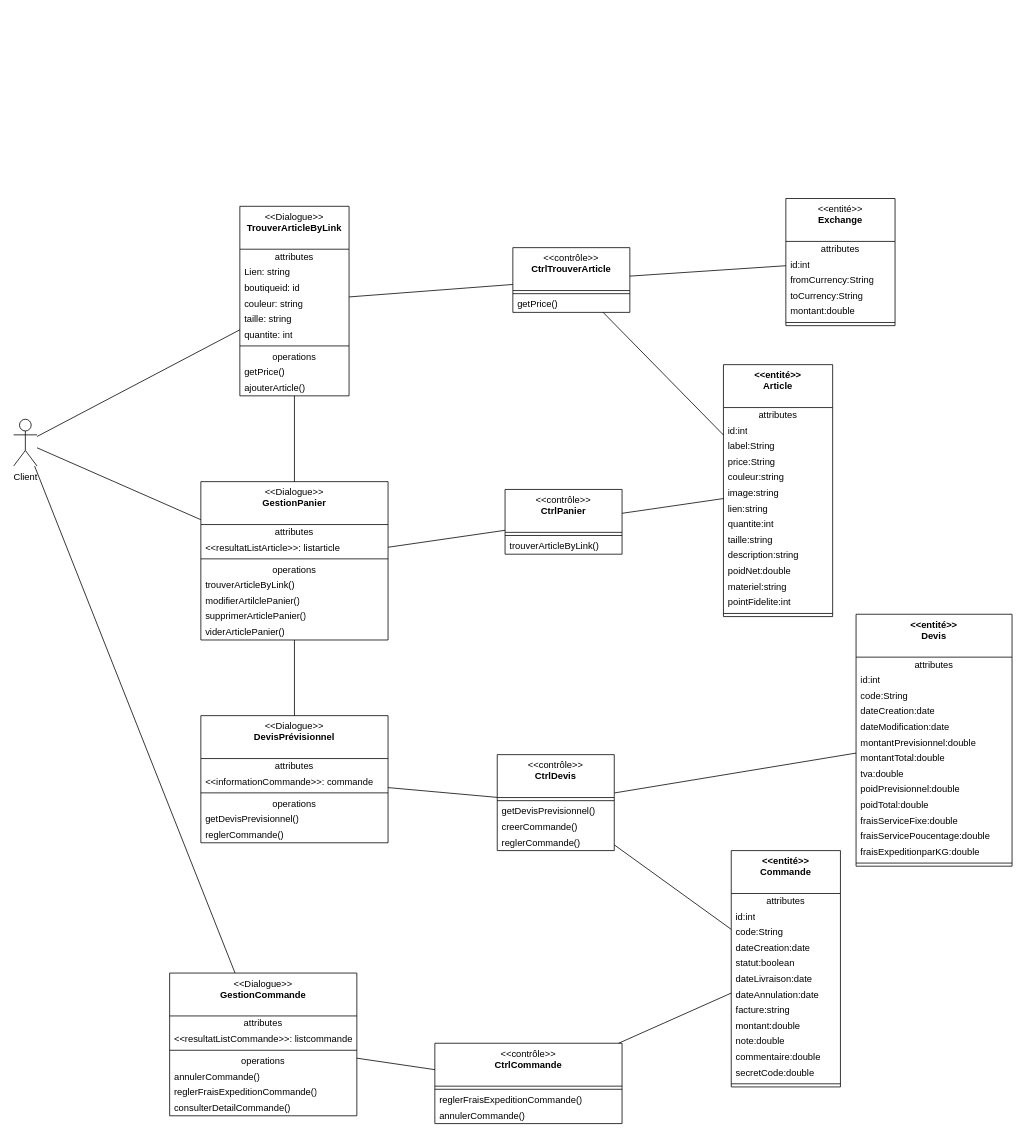
This is page "DCP-MFS1" (3 of 4) of Diagramme_MyFrench_Shop.drawio from kbvac/Diagramme-UML, a draw.io file, before an edit. Source tidied: cells renumbered, new cells numbered last; positions are measured from the earlier drawing's top-left corner, leaving out a move shared by most shapes. Both pictures are drawn from the tidied source at 78%, with x=0, y=0 at pixel (13, 198).
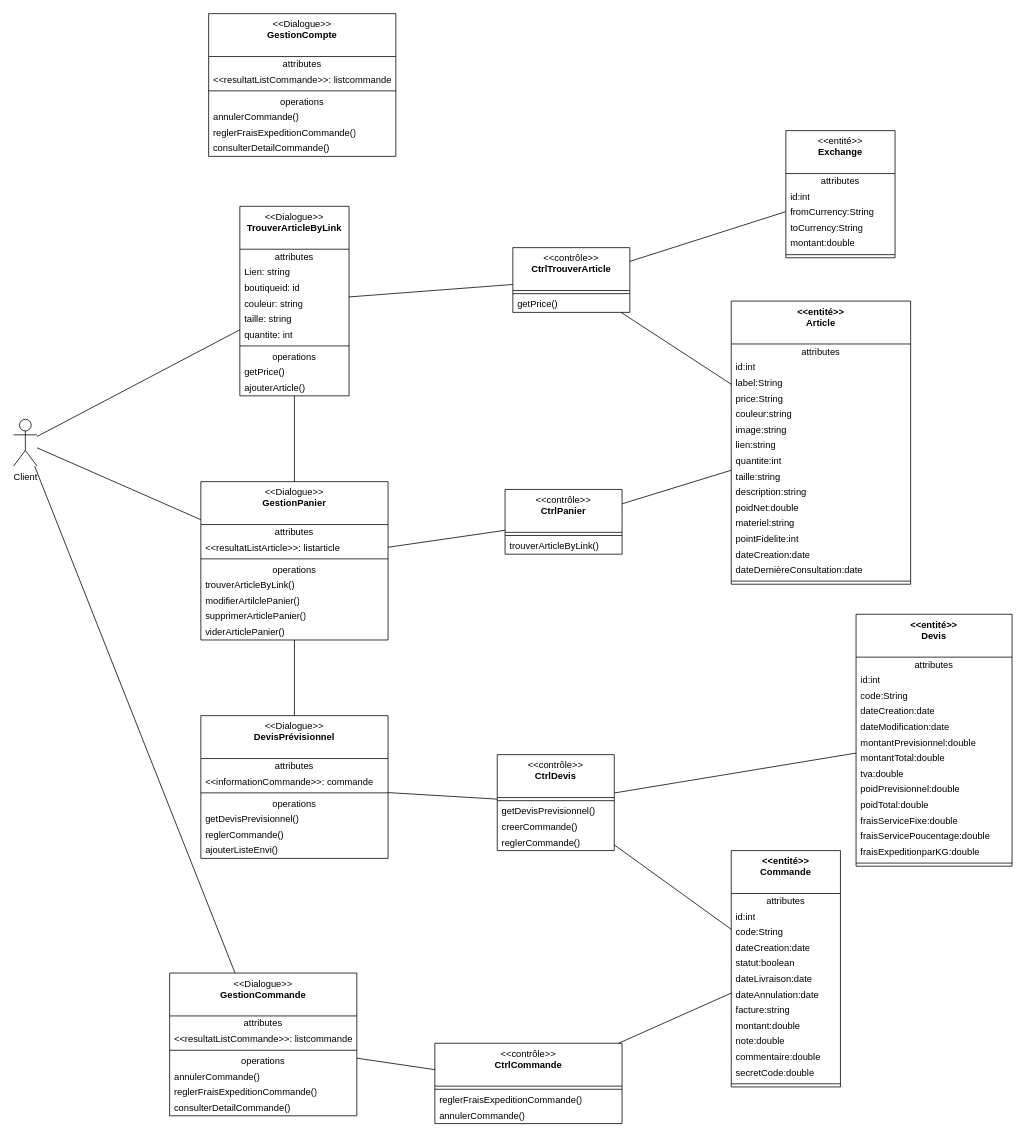
The same diagram, later.

Diff of the diagram source:
```diff
@@
     <mxCell id="34" value="&amp;lt;&amp;lt;entité&amp;gt;&amp;gt;&lt;br&gt;&lt;b&gt;Exchange&lt;/b&gt;" style="swimlane;fontStyle=0;align=center;verticalAlign=top;horizontal=1;startSize=55;html=1;whiteSpace=wrap;" parent="1" vertex="1">
-      <mxGeometry x="990" width="140" height="163" as="geometry" />
+      <mxGeometry x="990" y="-87" width="140" height="163" as="geometry" />
     </mxCell>
@@
     <mxCell id="42" value="&amp;lt;&amp;lt;entité&amp;gt;&amp;gt;&lt;br&gt;&lt;span&gt;Article&lt;/span&gt;" style="swimlane;fontStyle=1;align=center;verticalAlign=top;horizontal=1;startSize=55;html=1;whiteSpace=wrap;" parent="1" vertex="1">
-      <mxGeometry x="910" y="213" width="140" height="323" as="geometry" />
+      <mxGeometry x="920" y="131.5" width="230" height="363" as="geometry" />
     </mxCell>
     <mxCell id="43" value="attributes" style="text;html=1;strokeColor=none;fillColor=none;align=center;verticalAlign=middle;spacingLeft=4;spacingRight=4;overflow=hidden;whiteSpace=wrap;" parent="42" vertex="1">
-      <mxGeometry y="55" width="140" height="20" as="geometry" />
+      <mxGeometry y="55" width="230" height="20" as="geometry" />
     </mxCell>
     <mxCell id="44" value="id:int" style="text;html=1;strokeColor=none;fillColor=none;align=left;verticalAlign=middle;spacingLeft=4;spacingRight=4;overflow=hidden;whiteSpace=wrap;" parent="42" vertex="1">
-      <mxGeometry y="75" width="140" height="20" as="geometry" />
+      <mxGeometry y="75" width="230" height="20" as="geometry" />
     </mxCell>
     <mxCell id="45" value="label:String" style="text;html=1;strokeColor=none;fillColor=none;align=left;verticalAlign=middle;spacingLeft=4;spacingRight=4;overflow=hidden;whiteSpace=wrap;" parent="42" vertex="1">
-      <mxGeometry y="95" width="140" height="20" as="geometry" />
+      <mxGeometry y="95" width="230" height="20" as="geometry" />
     </mxCell>
     <mxCell id="46" value="price:String" style="text;html=1;strokeColor=none;fillColor=none;align=left;verticalAlign=middle;spacingLeft=4;spacingRight=4;overflow=hidden;whiteSpace=wrap;" parent="42" vertex="1">
-      <mxGeometry y="115" width="140" height="20" as="geometry" />
+      <mxGeometry y="115" width="230" height="20" as="geometry" />
     </mxCell>
     <mxCell id="47" value="couleur:string" style="text;html=1;strokeColor=none;fillColor=none;align=left;verticalAlign=middle;spacingLeft=4;spacingRight=4;overflow=hidden;whiteSpace=wrap;" parent="42" vertex="1">
-      <mxGeometry y="135" width="140" height="20" as="geometry" />
+      <mxGeometry y="135" width="230" height="20" as="geometry" />
     </mxCell>
     <mxCell id="48" value="image:string" style="text;html=1;strokeColor=none;fillColor=none;align=left;verticalAlign=middle;spacingLeft=4;spacingRight=4;overflow=hidden;whiteSpace=wrap;" parent="42" vertex="1">
-      <mxGeometry y="155" width="140" height="20" as="geometry" />
+      <mxGeometry y="155" width="230" height="20" as="geometry" />
     </mxCell>
     <mxCell id="49" value="lien:string" style="text;html=1;strokeColor=none;fillColor=none;align=left;verticalAlign=middle;spacingLeft=4;spacingRight=4;overflow=hidden;whiteSpace=wrap;" parent="42" vertex="1">
-      <mxGeometry y="175" width="140" height="20" as="geometry" />
+      <mxGeometry y="175" width="230" height="20" as="geometry" />
     </mxCell>
     <mxCell id="50" value="quantite:int" style="text;html=1;strokeColor=none;fillColor=none;align=left;verticalAlign=middle;spacingLeft=4;spacingRight=4;overflow=hidden;whiteSpace=wrap;" parent="42" vertex="1">
-      <mxGeometry y="195" width="140" height="20" as="geometry" />
+      <mxGeometry y="195" width="230" height="20" as="geometry" />
     </mxCell>
     <mxCell id="51" value="taille:string" style="text;html=1;strokeColor=none;fillColor=none;align=left;verticalAlign=middle;spacingLeft=4;spacingRight=4;overflow=hidden;whiteSpace=wrap;" parent="42" vertex="1">
-      <mxGeometry y="215" width="140" height="20" as="geometry" />
+      <mxGeometry y="215" width="230" height="20" as="geometry" />
     </mxCell>
     <mxCell id="52" value="description:string" style="text;html=1;strokeColor=none;fillColor=none;align=left;verticalAlign=middle;spacingLeft=4;spacingRight=4;overflow=hidden;whiteSpace=wrap;" parent="42" vertex="1">
-      <mxGeometry y="235" width="140" height="20" as="geometry" />
+      <mxGeometry y="235" width="230" height="20" as="geometry" />
     </mxCell>
     <mxCell id="53" value="poidNet:double" style="text;html=1;strokeColor=none;fillColor=none;align=left;verticalAlign=middle;spacingLeft=4;spacingRight=4;overflow=hidden;whiteSpace=wrap;" parent="42" vertex="1">
-      <mxGeometry y="255" width="140" height="20" as="geometry" />
+      <mxGeometry y="255" width="230" height="20" as="geometry" />
     </mxCell>
     <mxCell id="54" value="materiel:string" style="text;html=1;strokeColor=none;fillColor=none;align=left;verticalAlign=middle;spacingLeft=4;spacingRight=4;overflow=hidden;whiteSpace=wrap;" parent="42" vertex="1">
-      <mxGeometry y="275" width="140" height="20" as="geometry" />
+      <mxGeometry y="275" width="230" height="20" as="geometry" />
     </mxCell>
     <mxCell id="55" value="pointFidelite:int" style="text;html=1;strokeColor=none;fillColor=none;align=left;verticalAlign=middle;spacingLeft=4;spacingRight=4;overflow=hidden;whiteSpace=wrap;" parent="42" vertex="1">
-      <mxGeometry y="295" width="140" height="20" as="geometry" />
+      <mxGeometry y="295" width="230" height="20" as="geometry" />
     </mxCell>
+    <mxCell id="119" value="dateCreation:date" style="text;html=1;strokeColor=none;fillColor=none;align=left;verticalAlign=middle;spacingLeft=4;spacingRight=4;overflow=hidden;whiteSpace=wrap;" parent="42" vertex="1">
+      <mxGeometry y="315" width="230" height="20" as="geometry" />
+    </mxCell>
+    <mxCell id="120" value="dateDernièreConsultation:date" style="text;html=1;strokeColor=none;fillColor=none;align=left;verticalAlign=middle;spacingLeft=4;spacingRight=4;overflow=hidden;whiteSpace=wrap;" parent="42" vertex="1">
+      <mxGeometry y="335" width="230" height="20" as="geometry" />
+    </mxCell>
     <mxCell id="56" style="line;strokeWidth=1;fillColor=none;align=left;verticalAlign=middle;spacingTop=-1;spacingLeft=3;spacingRight=3;labelPosition=right;" parent="42" vertex="1">
-      <mxGeometry y="315" width="140" height="8" as="geometry" />
+      <mxGeometry y="355" width="230" height="8" as="geometry" />
     </mxCell>
@@
     <mxCell id="82" value="&amp;lt;&amp;lt;Dialogue&amp;gt;&amp;gt;&lt;br&gt;&lt;b&gt;DevisPrévisionnel&lt;br&gt;&lt;/b&gt;" style="swimlane;fontStyle=0;align=center;verticalAlign=top;horizontal=1;startSize=55;html=1;whiteSpace=wrap;" parent="1" vertex="1">
-      <mxGeometry x="240" y="663" width="240" height="163" as="geometry" />
+      <mxGeometry x="240" y="663" width="240" height="183" as="geometry" />
     </mxCell>
@@
+    <mxCell id="121" value="ajouterListeEnvi()" style="text;html=1;strokeColor=none;fillColor=none;align=left;verticalAlign=middle;spacingLeft=4;spacingRight=4;overflow=hidden;whiteSpace=wrap;" parent="82" vertex="1">
+      <mxGeometry y="163" width="240" height="20" as="geometry" />
+    </mxCell>
@@
+    <mxCell id="122" value="&amp;lt;&amp;lt;Dialogue&amp;gt;&amp;gt;&lt;br&gt;&lt;b&gt;GestionCompte&lt;br&gt;&lt;/b&gt;" style="swimlane;fontStyle=0;align=center;verticalAlign=top;horizontal=1;startSize=55;html=1;whiteSpace=wrap;" parent="1" vertex="1">
+      <mxGeometry x="250" y="-237" width="240" height="183" as="geometry" />
+    </mxCell>
+    <mxCell id="123" value="attributes" style="text;html=1;strokeColor=none;fillColor=none;align=center;verticalAlign=middle;spacingLeft=4;spacingRight=4;overflow=hidden;whiteSpace=wrap;" parent="122" vertex="1">
+      <mxGeometry y="55" width="240" height="20" as="geometry" />
+    </mxCell>
+    <mxCell id="124" value="&amp;lt;&amp;lt;resultatListCommande&amp;gt;&amp;gt;: listcommande" style="text;html=1;strokeColor=none;fillColor=none;align=left;verticalAlign=middle;spacingLeft=4;spacingRight=4;overflow=hidden;whiteSpace=wrap;" parent="122" vertex="1">
+      <mxGeometry y="75" width="240" height="20" as="geometry" />
+    </mxCell>
+    <mxCell id="125" style="line;strokeWidth=1;fillColor=none;align=left;verticalAlign=middle;spacingTop=-1;spacingLeft=3;spacingRight=3;labelPosition=right;" parent="122" vertex="1">
+      <mxGeometry y="95" width="240" height="8" as="geometry" />
+    </mxCell>
+    <mxCell id="126" value="operations" style="text;html=1;strokeColor=none;fillColor=none;align=center;verticalAlign=middle;spacingLeft=4;spacingRight=4;overflow=hidden;whiteSpace=wrap;" parent="122" vertex="1">
+      <mxGeometry y="103" width="240" height="20" as="geometry" />
+    </mxCell>
+    <mxCell id="127" value="annulerCommande()" style="text;html=1;strokeColor=none;fillColor=none;align=left;verticalAlign=middle;spacingLeft=4;spacingRight=4;overflow=hidden;whiteSpace=wrap;" parent="122" vertex="1">
+      <mxGeometry y="123" width="240" height="20" as="geometry" />
+    </mxCell>
+    <mxCell id="128" value="reglerFraisExpeditionCommande()" style="text;html=1;strokeColor=none;fillColor=none;align=left;verticalAlign=middle;spacingLeft=4;spacingRight=4;overflow=hidden;whiteSpace=wrap;" parent="122" vertex="1">
+      <mxGeometry y="143" width="240" height="20" as="geometry" />
+    </mxCell>
+    <mxCell id="129" value="consulterDetailCommande()" style="text;html=1;strokeColor=none;fillColor=none;align=left;verticalAlign=middle;spacingLeft=4;spacingRight=4;overflow=hidden;whiteSpace=wrap;" parent="122" vertex="1">
+      <mxGeometry y="163" width="240" height="20" as="geometry" />
+    </mxCell>
```
